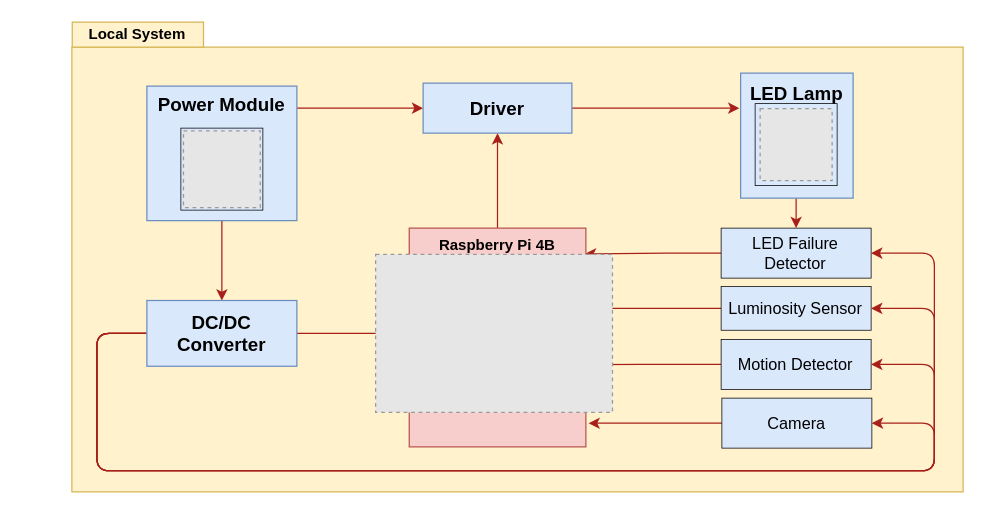
The draw.io diagram page "Copy of hw_arch" (4 of 6) of project/report/flowcharts/system_overview.drawio in ESRGgroup9/slipad, before the edit. Source tidied: cells renumbered, new cells numbered last; positions are measured from the earlier drawing's top-left corner, leaving out a move shared by most shapes. Both pictures are drawn from the tidied source at 125%, with x=0, y=0 at pixel (71, 21). Pictures stored in the file or linked from it are replaced by grey dashed boxes.
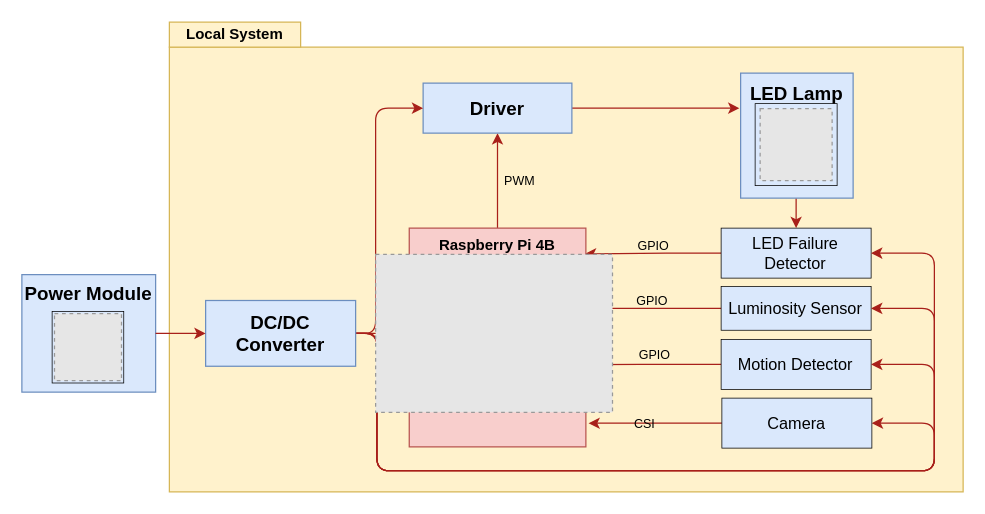
Above is the later version.

Unchanged cells that the change refers to:
```xml
<mxCell id="6" value="Luminosity Sensor" style="text;html=1;strokeColor=#000000;fillColor=#dae8fc;align=center;verticalAlign=middle;whiteSpace=wrap;rounded=0;sketch=0;fontSize=13;strokeWidth=0.6;fontColor=default;fontStyle=0;" parent="1" vertex="1">
  <mxGeometry x="519.4" y="211.7" width="120" height="35" as="geometry" />
</mxCell>
<mxCell id="8" value="&lt;font style=&quot;font-size: 13px;&quot;&gt;Motion Detector&lt;/font&gt;" style="text;html=1;strokeColor=#000000;fillColor=#dae8fc;align=center;verticalAlign=middle;whiteSpace=wrap;rounded=0;sketch=0;fontSize=13;strokeWidth=0.6;fontColor=default;fontStyle=0;" parent="1" vertex="1">
  <mxGeometry x="519.4" y="254" width="120" height="40" as="geometry" />
</mxCell>
<mxCell id="10" value="LED Failure Detector" style="text;html=1;strokeColor=#000000;fillColor=#dae8fc;align=center;verticalAlign=middle;whiteSpace=wrap;rounded=0;sketch=0;fontSize=13;strokeWidth=0.6;fontColor=default;fontStyle=0;" parent="1" vertex="1">
  <mxGeometry x="519.4" y="165" width="120" height="40" as="geometry" />
</mxCell>
<mxCell id="12" value="Raspberry Pi 4B" style="rounded=0;whiteSpace=wrap;html=1;fillColor=#f8cecc;strokeColor=#b85450;fontColor=default;verticalAlign=top;fontStyle=1;" parent="1" vertex="1">
  <mxGeometry x="269.9" y="165" width="141.3" height="175" as="geometry" />
</mxCell>
<mxCell id="17" value="&lt;div style=&quot;font-size: 15px&quot;&gt;Driver&lt;/div&gt;" style="rounded=0;whiteSpace=wrap;html=1;fillColor=#dae8fc;strokeColor=#6c8ebf;fontColor=default;fontSize=15;verticalAlign=middle;fontStyle=1;align=center;" parent="1" vertex="1">
  <mxGeometry x="281" y="49" width="119" height="40" as="geometry" />
</mxCell>
<mxCell id="30" value="Camera" style="text;html=1;strokeColor=#000000;fillColor=#dae8fc;align=center;verticalAlign=middle;whiteSpace=wrap;rounded=0;sketch=0;fontSize=13;strokeWidth=0.6;fontColor=default;fontStyle=0;" parent="1" vertex="1">
  <mxGeometry x="520" y="301" width="120" height="40" as="geometry" />
</mxCell>
```

Change to the diagram source:
```diff
@@
+    <mxCell id="32" style="group;" parent="1" vertex="1">
+      <mxGeometry x="78" y="0.2" width="635" height="375.8" as="geometry" />
+    </mxCell>
-    <mxCell id="2" style="rounded=0;whiteSpace=wrap;html=1;fillColor=#fff2cc;strokeColor=#d6b656;fontColor=default;" parent="1" vertex="1">
-      <mxGeometry y="20.2" width="713" height="355.8" as="geometry" />
+    <mxCell id="2" style="rounded=0;whiteSpace=wrap;html=1;fillColor=#fff2cc;strokeColor=#d6b656;fontColor=default;" parent="32" vertex="1">
+      <mxGeometry y="20" width="635" height="355.8" as="geometry" />
     </mxCell>
+    <mxCell id="28" value="Local System" style="text;html=1;strokeColor=#d6b656;fillColor=#fff2cc;align=center;verticalAlign=middle;whiteSpace=wrap;rounded=0;sketch=0;fontStyle=1;fontColor=default;" parent="32" vertex="1">
+      <mxGeometry width="105" height="20" as="geometry" />
+    </mxCell>
@@
-    <mxCell id="5" style="edgeStyle=orthogonalEdgeStyle;rounded=1;jettySize=auto;html=1;entryX=0.999;entryY=0.367;entryDx=0;entryDy=0;entryPerimeter=0;fontSize=15;strokeColor=#A8201A;" parent="1" edge="1" source="6" target="12">
-      <mxGeometry relative="1" as="geometry" />
+    <mxCell id="5" value="&lt;font style=&quot;font-size: 10px;&quot;&gt;GPIO&lt;/font&gt;" style="edgeStyle=orthogonalEdgeStyle;rounded=1;jettySize=auto;html=1;entryX=0.999;entryY=0.367;entryDx=0;entryDy=0;entryPerimeter=0;fontSize=10;strokeColor=#A8201A;labelBackgroundColor=none;verticalAlign=middle;" parent="1" edge="1" source="6" target="12">
+      <mxGeometry x="0.02" y="-6" relative="1" as="geometry" />
     </mxCell>
@@
-    <mxCell id="7" style="edgeStyle=orthogonalEdgeStyle;rounded=1;jettySize=auto;html=1;entryX=0.995;entryY=0.624;entryDx=0;entryDy=0;entryPerimeter=0;fontSize=15;strokeColor=#A8201A;" parent="1" edge="1" source="8" target="12">
-      <mxGeometry relative="1" as="geometry" />
+    <mxCell id="7" value="GPIO" style="edgeStyle=orthogonalEdgeStyle;rounded=1;jettySize=auto;html=1;entryX=0.995;entryY=0.624;entryDx=0;entryDy=0;entryPerimeter=0;fontSize=10;strokeColor=#A8201A;labelBackgroundColor=none;" parent="1" edge="1" source="8" target="12">
+      <mxGeometry x="-0.01" y="-8" relative="1" as="geometry" />
     </mxCell>
@@
-    <mxCell id="9" style="edgeStyle=orthogonalEdgeStyle;rounded=1;jettySize=auto;html=1;entryX=0.995;entryY=0.118;entryDx=0;entryDy=0;entryPerimeter=0;fontSize=15;strokeColor=#A8201A;" parent="1" edge="1" source="10" target="12">
-      <mxGeometry relative="1" as="geometry" />
+    <mxCell id="9" value="GPIO" style="edgeStyle=orthogonalEdgeStyle;rounded=1;jettySize=auto;html=1;entryX=0.995;entryY=0.118;entryDx=0;entryDy=0;entryPerimeter=0;fontSize=10;strokeColor=#A8201A;labelBackgroundColor=none;" parent="1" edge="1" source="10" target="12">
+      <mxGeometry x="-0.01" y="-6" relative="1" as="geometry">
+        <mxPoint x="6" y="-6" as="offset" />
+      </mxGeometry>
     </mxCell>
@@
-    <mxCell id="11" style="edgeStyle=orthogonalEdgeStyle;rounded=1;jettySize=auto;html=1;entryX=0.5;entryY=1;entryDx=0;entryDy=0;labelBackgroundColor=default;labelBorderColor=default;fontSize=9;fontColor=default;strokeColor=#A8201A;" parent="1" edge="1" source="12" target="17">
-      <mxGeometry relative="1" as="geometry" />
+    <mxCell id="11" value="PWM" style="edgeStyle=orthogonalEdgeStyle;rounded=1;jettySize=auto;html=1;entryX=0.5;entryY=1;entryDx=0;entryDy=0;labelBackgroundColor=none;labelBorderColor=none;fontSize=10;fontColor=default;strokeColor=#A8201A;" parent="1" edge="1" source="12" target="17">
+      <mxGeometry y="-17" relative="1" as="geometry" />
     </mxCell>
@@
-    <mxCell id="13" style="edgeStyle=orthogonalEdgeStyle;rounded=1;jettySize=auto;html=1;entryX=0;entryY=0.5;entryDx=0;entryDy=0;labelBackgroundColor=default;fontSize=13;fontColor=default;strokeColor=#A8201A;labelBorderColor=default;" parent="1" edge="1" source="15" target="17">
-      <mxGeometry relative="1" as="geometry">
-        <Array as="points">
-          <mxPoint x="120" y="69" />
-        </Array>
-      </mxGeometry>
-    </mxCell>
-    <mxCell id="14" style="edgeStyle=orthogonalEdgeStyle;rounded=1;jettySize=auto;html=1;entryX=0.5;entryY=0;entryDx=0;entryDy=0;labelBackgroundColor=default;labelBorderColor=default;fontSize=13;fontColor=default;strokeColor=#A8201A;" parent="1" edge="1" source="15" target="23">
-      <mxGeometry relative="1" as="geometry" />
-    </mxCell>
-    <mxCell id="15" value="Power Module" style="rounded=0;whiteSpace=wrap;html=1;fillColor=#dae8fc;strokeColor=#6c8ebf;fontColor=default;fontStyle=1;verticalAlign=top;fontSize=15;" parent="1" vertex="1">
-      <mxGeometry x="60" y="51.4" width="120" height="107.6" as="geometry" />
-    </mxCell>
@@
     <mxCell id="19" style="edgeStyle=orthogonalEdgeStyle;rounded=1;jettySize=auto;html=1;labelBackgroundColor=default;labelBorderColor=default;fontSize=13;fontColor=default;strokeColor=#A8201A;entryX=1;entryY=0.5;entryDx=0;entryDy=0;" parent="1" edge="1" source="23" target="10">
       <mxGeometry relative="1" as="geometry">
         <Array as="points">
-          <mxPoint x="20" y="249" />
-          <mxPoint x="20" y="359" />
+          <mxPoint x="244" y="249" />
+          <mxPoint x="244" y="359" />
           <mxPoint x="690" y="359" />
           <mxPoint x="690" y="185" />
         </Array>
       </mxGeometry>
     </mxCell>
     <mxCell id="20" style="edgeStyle=orthogonalEdgeStyle;rounded=1;jettySize=auto;html=1;entryX=1;entryY=0.5;entryDx=0;entryDy=0;labelBackgroundColor=default;labelBorderColor=default;fontSize=13;fontColor=default;strokeColor=#A8201A;" parent="1" edge="1" source="23" target="6">
       <mxGeometry relative="1" as="geometry">
         <Array as="points">
-          <mxPoint x="20" y="249" />
-          <mxPoint x="20" y="359" />
+          <mxPoint x="244" y="249" />
+          <mxPoint x="244" y="359" />
           <mxPoint x="690" y="359" />
           <mxPoint x="690" y="229" />
         </Array>
       </mxGeometry>
     </mxCell>
     <mxCell id="21" style="edgeStyle=orthogonalEdgeStyle;rounded=1;jettySize=auto;html=1;entryX=1;entryY=0.5;entryDx=0;entryDy=0;labelBackgroundColor=default;labelBorderColor=default;fontSize=13;fontColor=default;strokeColor=#A8201A;" parent="1" edge="1" source="23" target="8">
       <mxGeometry relative="1" as="geometry">
         <Array as="points">
-          <mxPoint x="20" y="249" />
-          <mxPoint x="20" y="359" />
+          <mxPoint x="244" y="249" />
+          <mxPoint x="244" y="359" />
           <mxPoint x="690" y="359" />
           <mxPoint x="690" y="274" />
         </Array>
       </mxGeometry>
     </mxCell>
     <mxCell id="22" style="edgeStyle=orthogonalEdgeStyle;rounded=1;jettySize=auto;html=1;exitX=0;exitY=0.5;exitDx=0;exitDy=0;entryX=1;entryY=0.5;entryDx=0;entryDy=0;fontSize=15;strokeColor=#A8201A;entryPerimeter=0;" parent="1" edge="1" source="23" target="30">
       <mxGeometry relative="1" as="geometry">
         <Array as="points">
-          <mxPoint x="20" y="249" />
-          <mxPoint x="20" y="359" />
+          <mxPoint x="244" y="249" />
+          <mxPoint x="244" y="359" />
           <mxPoint x="690" y="359" />
           <mxPoint x="690" y="321" />
         </Array>
       </mxGeometry>
     </mxCell>
+    <mxCell id="33" style="edgeStyle=orthogonalEdgeStyle;rounded=1;jettySize=auto;html=1;entryX=0;entryY=0.5;entryDx=0;entryDy=0;labelBackgroundColor=none;labelBorderColor=none;fontSize=10;fontColor=none;strokeColor=#A8201A;verticalAlign=middle;" parent="1" edge="1" source="23" target="17">
+      <mxGeometry relative="1" as="geometry">
+        <Array as="points">
+          <mxPoint x="243" y="249" />
+          <mxPoint x="243" y="69" />
+        </Array>
+      </mxGeometry>
+    </mxCell>
-    <mxCell id="23" value="&lt;div style=&quot;font-size: 15px;&quot;&gt;DC/DC &lt;br style=&quot;font-size: 15px;&quot;&gt;&lt;/div&gt;&lt;div style=&quot;font-size: 15px;&quot;&gt;Converter&lt;br style=&quot;font-size: 15px;&quot;&gt;&lt;/div&gt;" style="rounded=0;whiteSpace=wrap;html=1;fillColor=#dae8fc;strokeColor=#6c8ebf;fontColor=default;fontStyle=1;verticalAlign=middle;fontSize=15;" parent="1" vertex="1">
-      <mxGeometry x="60" y="222.9" width="120" height="52.6" as="geometry" />
+    <mxCell id="23" value="&lt;div style=&quot;font-size: 15px&quot;&gt;DC/DC &lt;br style=&quot;font-size: 15px&quot;&gt;&lt;/div&gt;&lt;div style=&quot;font-size: 15px&quot;&gt;Converter&lt;br style=&quot;font-size: 15px&quot;&gt;&lt;/div&gt;" style="rounded=0;whiteSpace=wrap;html=1;fillColor=#dae8fc;strokeColor=#6c8ebf;fontColor=default;fontStyle=1;verticalAlign=middle;fontSize=15;" parent="1" vertex="1">
+      <mxGeometry x="107" y="222.9" width="120" height="52.6" as="geometry" />
     </mxCell>
-    <mxCell id="24" style="whiteSpace=wrap;html=1;rounded=0;sketch=0;fillColor=#dae8fc;strokeColor=#000000;strokeWidth=0.6;fontColor=default;" parent="1" vertex="1">
-      <mxGeometry x="87.2" y="85" width="65.6" height="65.6" as="geometry" />
-    </mxCell>
-    <mxCell id="25" style="fillColor=#E6E6E6;strokeColor=#999999;dashed=1;verticalLabelPosition=bottom;labelBackgroundColor=#ffffff;verticalAlign=top;fontColor=default;" parent="1" vertex="1">
-      <mxGeometry x="89.3" y="87.1" width="61.4" height="61.4" as="geometry" />
-    </mxCell>
@@
-    <mxCell id="28" value="Local System" style="text;html=1;strokeColor=#d6b656;fillColor=#fff2cc;align=center;verticalAlign=middle;whiteSpace=wrap;rounded=0;sketch=0;fontStyle=1;fontColor=default;" parent="1" vertex="1">
-      <mxGeometry x="0.3" y="0.2" width="105" height="20" as="geometry" />
-    </mxCell>
-    <mxCell id="29" style="edgeStyle=orthogonalEdgeStyle;rounded=1;jettySize=auto;html=1;entryX=1.015;entryY=0.892;entryDx=0;entryDy=0;entryPerimeter=0;fontSize=15;strokeColor=#A8201A;" parent="1" edge="1" source="30" target="12">
-      <mxGeometry relative="1" as="geometry" />
+    <mxCell id="29" value="&lt;font style=&quot;font-size: 10px;&quot;&gt;CSI&lt;/font&gt;" style="edgeStyle=orthogonalEdgeStyle;rounded=1;jettySize=auto;html=1;entryX=1.015;entryY=0.892;entryDx=0;entryDy=0;entryPerimeter=0;fontSize=10;strokeColor=#A8201A;labelBackgroundColor=none;labelBorderColor=none;" parent="1" edge="1" source="30" target="12">
+      <mxGeometry x="0.02" y="-8" relative="1" as="geometry" />
     </mxCell>
@@
+    <mxCell id="34" style="group;" parent="1" vertex="1">
+      <mxGeometry x="-40" y="202.2" width="107" height="94" as="geometry" />
+    </mxCell>
+    <mxCell id="15" value="Power Module" style="rounded=0;whiteSpace=wrap;html=1;fillColor=#dae8fc;strokeColor=#6c8ebf;fontColor=default;fontStyle=1;verticalAlign=top;fontSize=15;" parent="34" vertex="1">
+      <mxGeometry width="107" height="94" as="geometry" />
+    </mxCell>
+    <mxCell id="24" style="whiteSpace=wrap;html=1;rounded=0;sketch=0;fillColor=#dae8fc;strokeColor=#000000;strokeWidth=0.6;fontColor=default;" parent="34" vertex="1">
+      <mxGeometry x="24.2" y="29.4" width="57.3" height="57.3" as="geometry" />
+    </mxCell>
+    <mxCell id="25" style="fillColor=#E6E6E6;strokeColor=#999999;dashed=1;verticalLabelPosition=bottom;labelBackgroundColor=#ffffff;verticalAlign=top;fontColor=default;" parent="34" vertex="1">
+      <mxGeometry x="26.1" y="31.2" width="53.6" height="53.6" as="geometry" />
+    </mxCell>
+    <mxCell id="14" style="edgeStyle=orthogonalEdgeStyle;rounded=1;jettySize=auto;html=1;entryX=0;entryY=0.5;entryDx=0;entryDy=0;strokeColor=#A8201A;exitX=1;exitY=0.5;exitDx=0;exitDy=0;" parent="1" edge="1" source="15" target="23">
+      <mxGeometry relative="1" as="geometry">
+        <Array as="points">
+          <mxPoint x="67" y="249" />
+        </Array>
+      </mxGeometry>
+    </mxCell>
```
